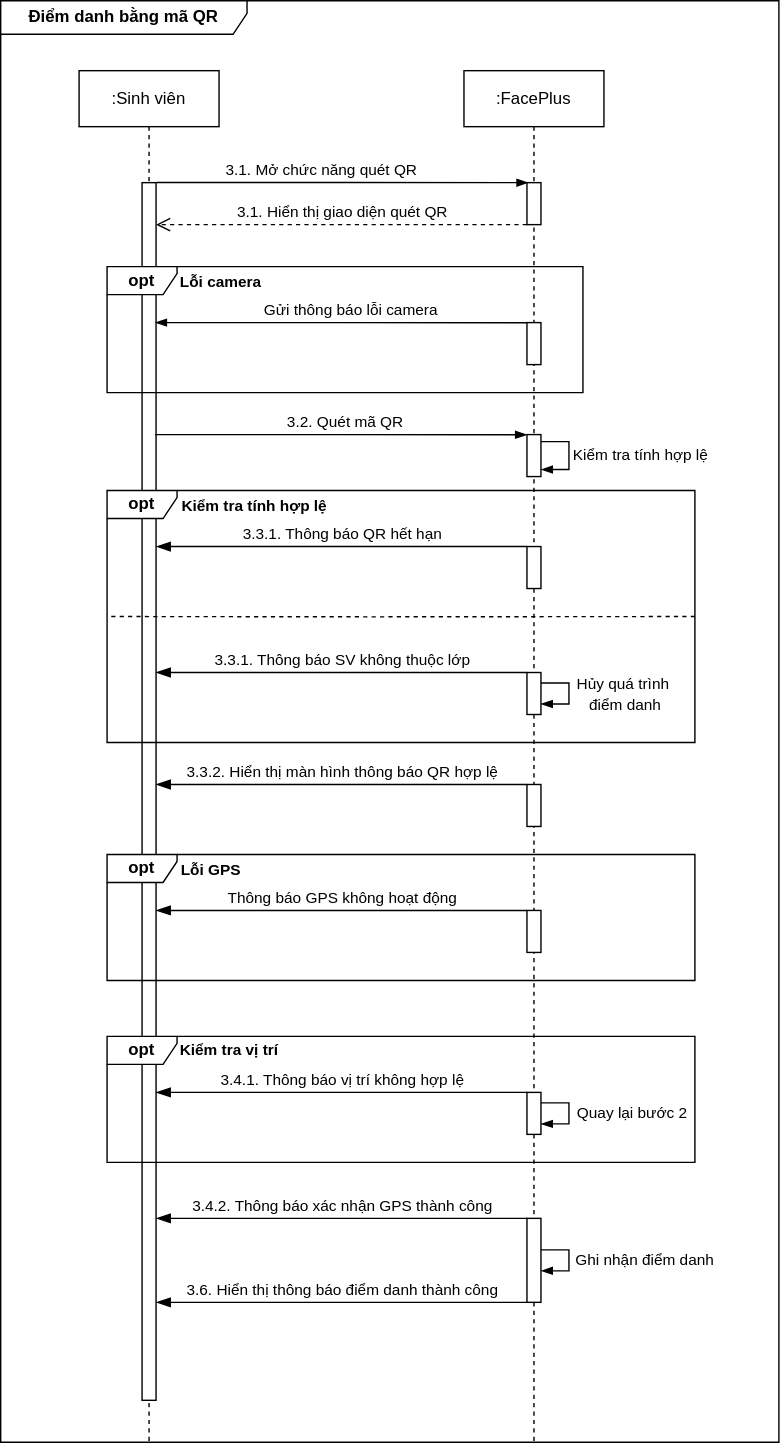
Earlier version of the draw.io export Sequence2402_3.drawio.svg (minh071289/AI_system). Source tidied: cells renumbered, new cells last; positions are measured from the earlier drawing's top-left corner, leaving out a move shared by most shapes.
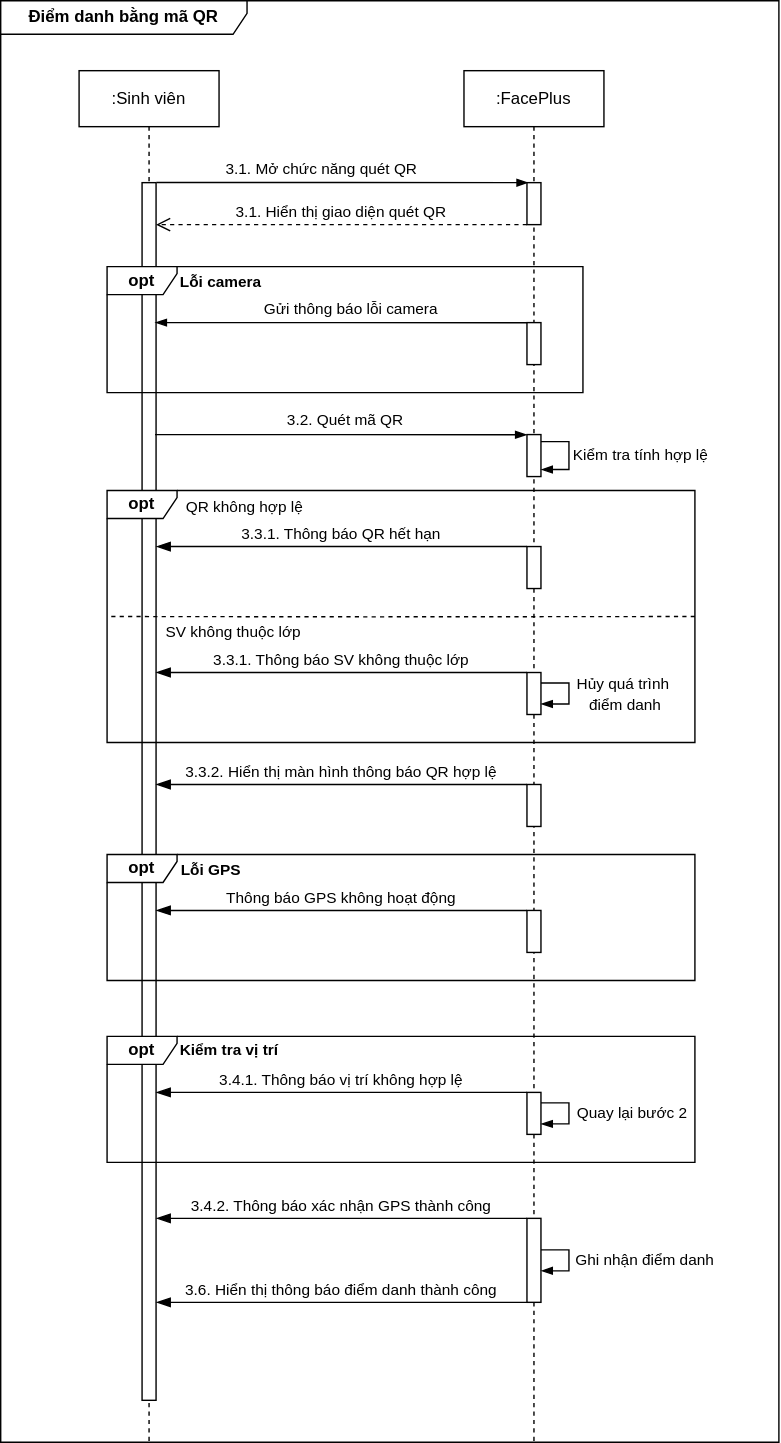
The same file after the commit.

Change to the diagram source:
```diff
@@ -184,8 +184,8 @@
         <mxPoint x="111" y="930" as="targetPoint" />
       </mxGeometry>
     </mxCell>
-    <mxCell id="42" value="&lt;font style=&quot;font-size: 11px;&quot;&gt;Kiểm tra tính hợp lệ&lt;/font&gt;" style="text;html=1;align=center;verticalAlign=middle;strokeColor=none;fillColor=none;fontStyle=1;" parent="1" vertex="1">
-      <mxGeometry x="121" y="346" width="120" height="30" as="geometry" />
+    <mxCell id="42" value="&lt;font style=&quot;font-size: 11px;&quot;&gt;QR không hợp lệ&lt;/font&gt;" style="text;html=1;align=center;verticalAlign=middle;strokeColor=none;fillColor=none;fontStyle=0;" parent="1" vertex="1">
+      <mxGeometry x="119" y="347" width="110" height="30" as="geometry" />
     </mxCell>
     <mxCell id="43" value="&lt;font style=&quot;font-size: 11px;&quot;&gt;Lỗi GPS&lt;/font&gt;" style="text;html=1;align=center;verticalAlign=middle;strokeColor=none;fillColor=none;fontStyle=1;" parent="1" vertex="1">
       <mxGeometry x="120" y="606" width="60" height="30" as="geometry" />
@@ -196,5 +196,8 @@
     <mxCell id="45" value="&lt;font style=&quot;font-size: 11px;&quot;&gt;Kiểm tra vị trí&lt;/font&gt;" style="text;html=1;align=center;verticalAlign=middle;strokeColor=none;fillColor=none;fontStyle=1;" parent="1" vertex="1">
       <mxGeometry x="118" y="735" width="90" height="30" as="geometry" />
     </mxCell>
+    <mxCell id="46" value="&lt;span style=&quot;font-size: 11px;&quot;&gt;SV không thuộc lớp&lt;/span&gt;" style="text;html=1;align=center;verticalAlign=middle;strokeColor=none;fillColor=none;fontStyle=0;" parent="1" vertex="1">
+      <mxGeometry x="106" y="436" width="120" height="30" as="geometry" />
+    </mxCell>
   </root>
 </mxGraphModel>
```
